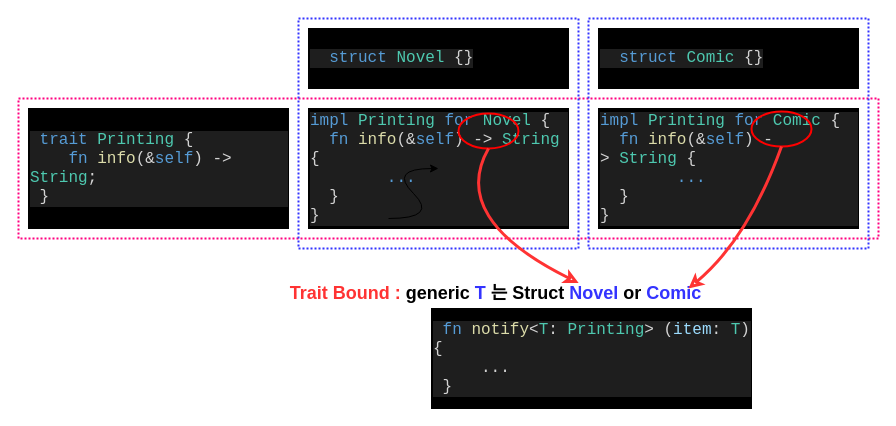
This is rust from scratch/028methods04.drawio from y2gon/y2gon.github.io, a draw.io file, before an edit. Source tidied: cells renumbered, new cells numbered last; positions are measured from the earlier drawing's top-left corner, leaving out a move shared by most shapes. Both pictures are drawn from the tidied source at 100%, with x=0, y=0 at pixel (18, 18).
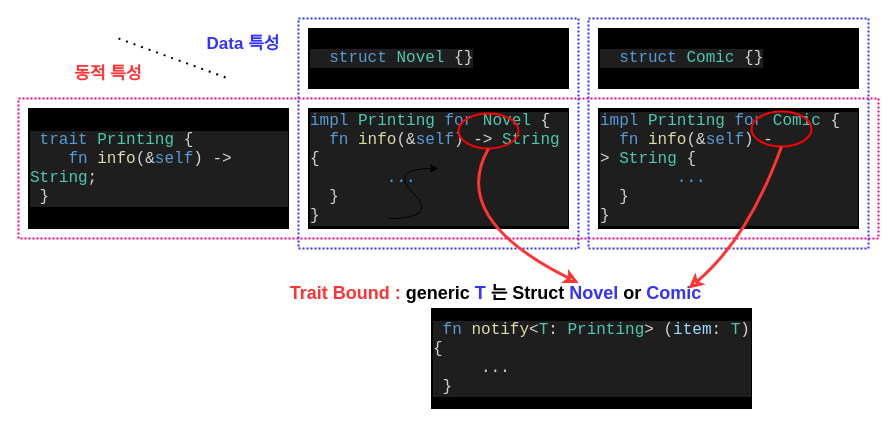
The same diagram, later.

The edit, as a diff of the source:
```diff
@@
+    <mxCell id="17" style="endArrow=none;dashed=1;html=1;dashPattern=1 3;strokeWidth=2;rounded=0;fontSize=18;fontColor=#FF3333;" parent="1" edge="1">
+      <mxGeometry relative="1" as="geometry">
+        <mxPoint x="100" y="20" as="sourcePoint" />
+        <mxPoint x="210" y="60" as="targetPoint" />
+      </mxGeometry>
+    </mxCell>
+    <mxCell id="18" value="&lt;b&gt;&lt;font style=&quot;font-size: 17px&quot;&gt;동적 특성&lt;/font&gt;&lt;/b&gt;" style="rounded=0;whiteSpace=wrap;html=1;fontSize=18;fontColor=#FF3333;strokeColor=none;strokeWidth=2;fillColor=none;" parent="1" vertex="1">
+      <mxGeometry x="40" y="40" width="100" height="30" as="geometry" />
+    </mxCell>
+    <mxCell id="19" value="&lt;b&gt;&lt;font style=&quot;font-size: 17px&quot; color=&quot;#3333ff&quot;&gt;Data 특성&lt;/font&gt;&lt;/b&gt;" style="rounded=0;whiteSpace=wrap;html=1;fontSize=18;fontColor=#FF3333;strokeColor=none;strokeWidth=2;fillColor=none;" parent="1" vertex="1">
+      <mxGeometry x="170" y="10" width="110" height="30" as="geometry" />
+    </mxCell>
```
